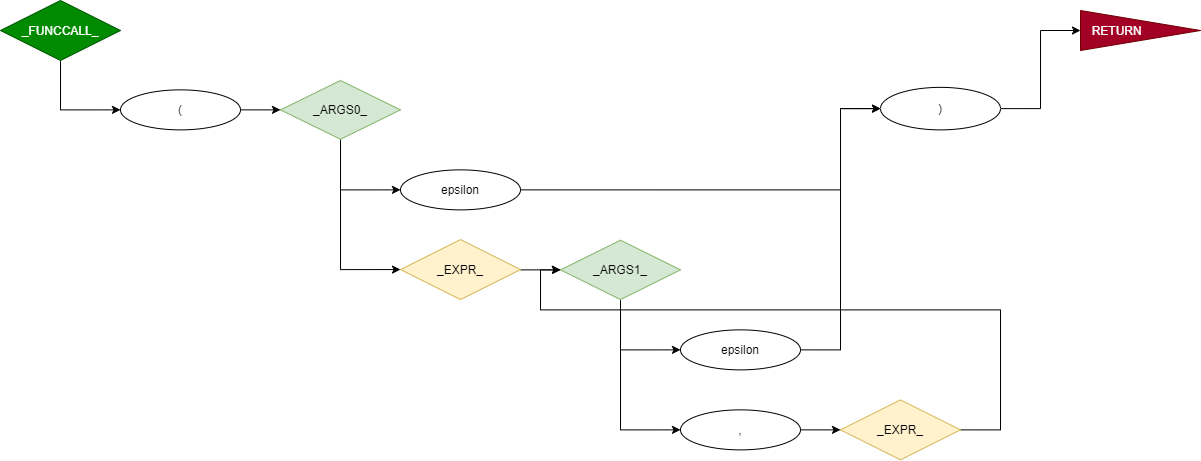
This is README/Images/CFG7-_FUNCCALL_.png from ZacharyYGateley/Compiler, a draw.io export, as it was before one commit. Source tidied: cells renumbered, new cells last; positions are measured from the earlier drawing's top-left corner, leaving out a move shared by most shapes.
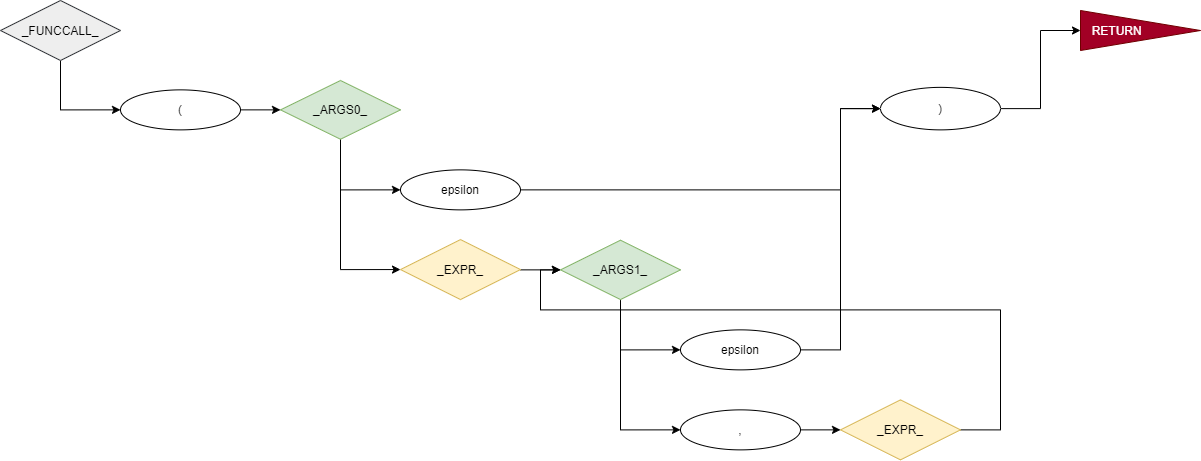
The same file after the commit.

What changed in the source:
```diff
@@ -5,7 +5,7 @@
     <mxCell id="2" style="edgeStyle=orthogonalEdgeStyle;rounded=0;jettySize=auto;html=1;exitX=0.5;exitY=1;exitDx=0;exitDy=0;entryX=0;entryY=0.5;entryDx=0;entryDy=0;" parent="1" edge="1" source="3" target="5">
       <mxGeometry relative="1" as="geometry" />
     </mxCell>
-    <mxCell id="3" value="_FUNCCALL_" style="rhombus;whiteSpace=wrap;html=1;fillColor=#008a00;strokeColor=#005700;fontColor=#ffffff;" parent="1" vertex="1">
+    <mxCell id="3" value="_FUNCCALL_" style="rhombus;whiteSpace=wrap;html=1;fillColor=#eeeeee;strokeColor=#36393d;" parent="1" vertex="1">
       <mxGeometry width="120" height="60" as="geometry" />
     </mxCell>
     <mxCell id="4" style="edgeStyle=orthogonalEdgeStyle;rounded=0;jettySize=auto;html=1;exitX=1;exitY=0.5;exitDx=0;exitDy=0;entryX=0;entryY=0.5;entryDx=0;entryDy=0;" parent="1" edge="1" source="5" target="10">
```
